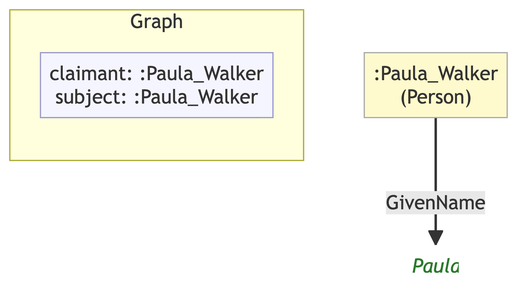
MeeFoundation/mia-ontologies keeps this Mermaid diagram as example/graphs/images/graph-59.png. Above is the earlier version. Its source is kept beside it as example/graphs/images/graph-59.mmd.
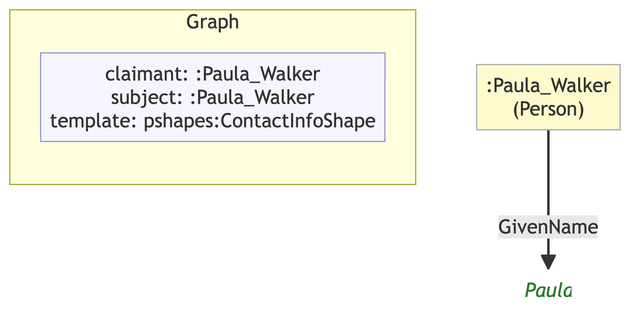
After the change.

What changed in the source:
```diff
@@ -6,10 +6,10 @@
 
     subgraph ctx["Graph"]
         direction LR
-        ctx_meta["claimant: :Paula_Walker\nsubject: :Paula_Walker"]:::meta
+        ctx_meta["claimant: :Paula_Walker\nsubject: :Paula_Walker\ntemplate: pshapes:ContactInfoShape"]:::meta
     end
 
     nf4296ab13de4[":Paula_Walker\n(Person)"]:::person
-    ne71bf71b0cd9("Paula"):::lit
+    nd813e315f353("Paula"):::lit
 
-    nf4296ab13de4 -->|"GivenName"| ne71bf71b0cd9
+    nf4296ab13de4 -->|"GivenName"| nd813e315f353
```
